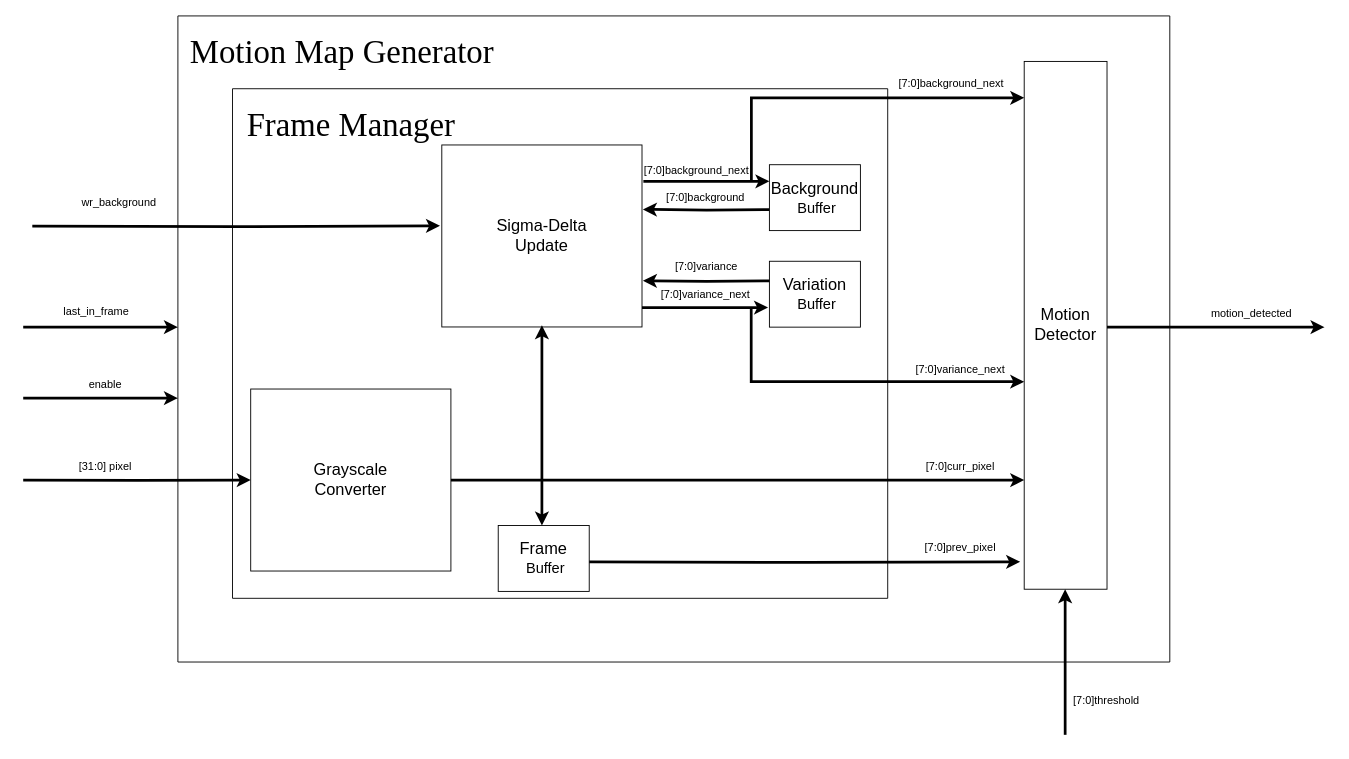
sabarioded/Hardware_for_Digital_Video_Motion_Detector keeps this draw.io diagram as drawings/Motion_Map_Generator.drawio. Above is the earlier version. Source tidied: cells renumbered, new cells numbered last; positions are measured from the earlier drawing's top-left corner, leaving out a move shared by most shapes. Both pictures are drawn from the tidied source at 91%, with x=0, y=0 at pixel (23, 15).
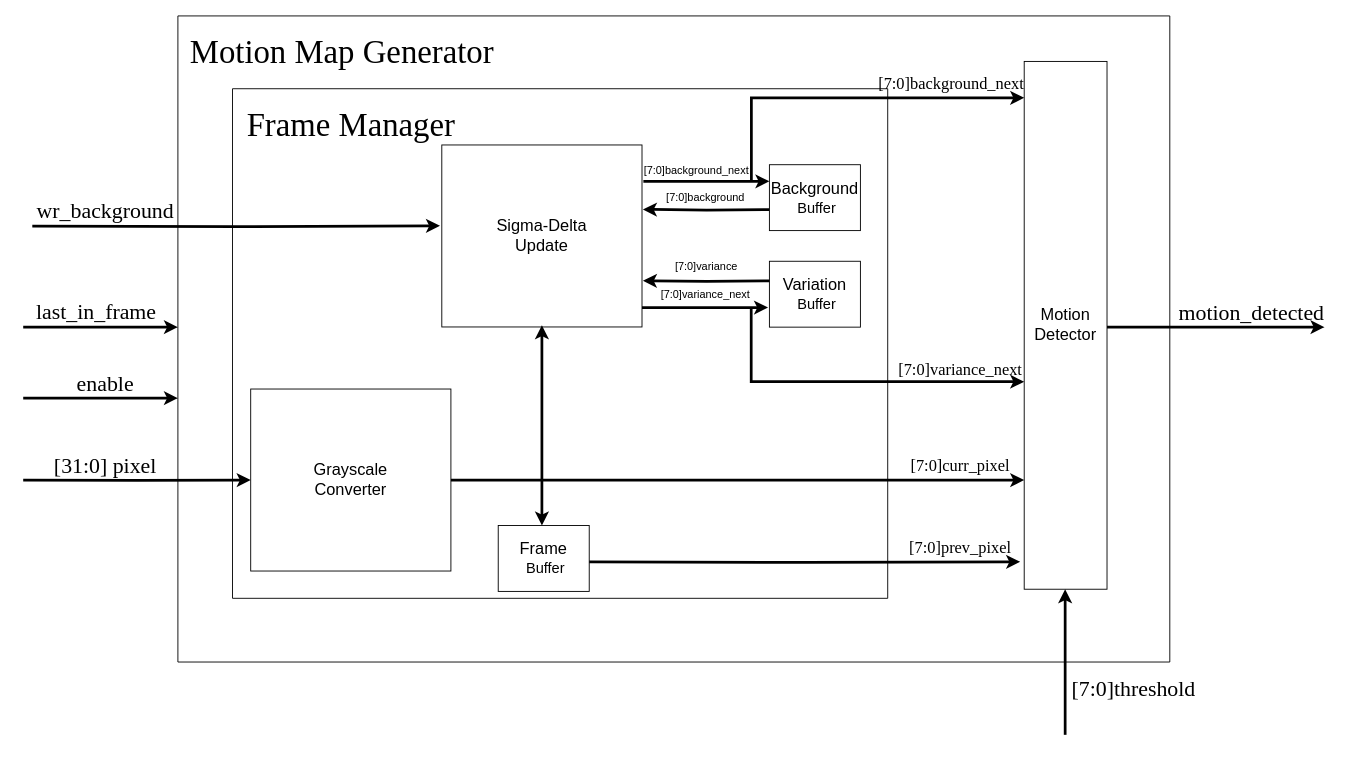
After the change.

Change to the diagram source:
```diff
@@
-    <mxCell id="18" value="[7:0]variance_next" style="text;html=1;align=center;verticalAlign=middle;whiteSpace=wrap;rounded=0;" parent="1" vertex="1">
+    <mxCell id="18" value="&lt;font face=&quot;Times New Roman&quot; style=&quot;font-size: 18px;&quot;&gt;[7:0]variance_next&lt;/font&gt;" style="text;html=1;align=center;verticalAlign=middle;whiteSpace=wrap;rounded=0;" parent="1" vertex="1">
       <mxGeometry x="1000" y="374" width="60" height="30" as="geometry" />
     </mxCell>
-    <mxCell id="19" value="[7:0]background_next" style="text;html=1;align=center;verticalAlign=middle;whiteSpace=wrap;rounded=0;" parent="1" vertex="1">
+    <mxCell id="19" value="&lt;font face=&quot;Times New Roman&quot; style=&quot;font-size: 18px;&quot;&gt;[7:0]background_next&lt;/font&gt;" style="text;html=1;align=center;verticalAlign=middle;whiteSpace=wrap;rounded=0;" parent="1" vertex="1">
       <mxGeometry x="990" y="60" width="60" height="30" as="geometry" />
     </mxCell>
@@
-    <mxCell id="24" value="[7:0]curr_pixel" style="text;html=1;align=center;verticalAlign=middle;whiteSpace=wrap;rounded=0;" parent="1" vertex="1">
+    <mxCell id="24" value="&lt;font face=&quot;Times New Roman&quot; style=&quot;font-size: 18px;&quot;&gt;[7:0]curr_pixel&lt;/font&gt;" style="text;html=1;align=center;verticalAlign=middle;whiteSpace=wrap;rounded=0;" parent="1" vertex="1">
       <mxGeometry x="1000" y="480" width="60" height="30" as="geometry" />
     </mxCell>
@@
-    <mxCell id="28" value="[7:0]prev_pixel" style="text;html=1;align=center;verticalAlign=middle;whiteSpace=wrap;rounded=0;" parent="1" vertex="1">
+    <mxCell id="28" value="&lt;font face=&quot;Times New Roman&quot; style=&quot;font-size: 18px;&quot;&gt;[7:0]prev_pixel&lt;/font&gt;" style="text;html=1;align=center;verticalAlign=middle;whiteSpace=wrap;rounded=0;" parent="1" vertex="1">
       <mxGeometry x="1000" y="570" width="60" height="30" as="geometry" />
     </mxCell>
@@
-    <mxCell id="30" value="motion_detected" style="text;html=1;align=center;verticalAlign=middle;whiteSpace=wrap;rounded=0;" parent="1" vertex="1">
+    <mxCell id="30" value="&lt;font face=&quot;Times New Roman&quot; style=&quot;font-size: 24px;&quot;&gt;motion_detected&lt;/font&gt;" style="text;html=1;align=center;verticalAlign=middle;whiteSpace=wrap;rounded=0;" parent="1" vertex="1">
       <mxGeometry x="1320" y="312" width="60" height="30" as="geometry" />
     </mxCell>
@@
-    <mxCell id="34" value="wr_background" style="text;html=1;align=center;verticalAlign=middle;strokeColor=none;fillColor=none;" parent="1" vertex="1">
-      <mxGeometry x="50" y="190" width="110" height="30" as="geometry" />
+    <mxCell id="34" value="&lt;font face=&quot;Times New Roman&quot; style=&quot;font-size: 24px;&quot;&gt;wr_background&lt;/font&gt;" style="text;html=1;align=center;verticalAlign=middle;strokeColor=none;fillColor=none;" parent="1" vertex="1">
+      <mxGeometry x="5" y="195" width="170" height="40" as="geometry" />
     </mxCell>
@@
-    <mxCell id="37" value="[31:0] pixel" style="text;html=1;align=center;verticalAlign=middle;strokeColor=none;fillColor=none;" parent="1" vertex="1">
-      <mxGeometry x="50" y="480" width="80" height="30" as="geometry" />
+    <mxCell id="37" value="&lt;font face=&quot;Times New Roman&quot; style=&quot;font-size: 24px;&quot;&gt;[31:0] pixel&lt;/font&gt;" style="text;html=1;align=center;verticalAlign=middle;strokeColor=none;fillColor=none;" parent="1" vertex="1">
+      <mxGeometry x="20" y="475" width="140" height="40" as="geometry" />
     </mxCell>
-    <mxCell id="38" value="enable" style="text;html=1;align=center;verticalAlign=middle;strokeColor=none;fillColor=none;" parent="1" vertex="1">
-      <mxGeometry x="60" y="390" width="60" height="30" as="geometry" />
+    <mxCell id="38" value="&lt;font face=&quot;Times New Roman&quot; style=&quot;font-size: 24px;&quot;&gt;enable&lt;/font&gt;" style="text;html=1;align=center;verticalAlign=middle;strokeColor=none;fillColor=none;" parent="1" vertex="1">
+      <mxGeometry x="45" y="385" width="90" height="40" as="geometry" />
     </mxCell>
-    <mxCell id="39" value="last_in_frame" style="text;html=1;align=center;verticalAlign=middle;strokeColor=none;fillColor=none;" parent="1" vertex="1">
-      <mxGeometry x="30" y="310" width="100" height="30" as="geometry" />
+    <mxCell id="39" value="&lt;font face=&quot;Times New Roman&quot; style=&quot;font-size: 24px;&quot;&gt;last_in_frame&lt;/font&gt;" style="text;html=1;align=center;verticalAlign=middle;strokeColor=none;fillColor=none;" parent="1" vertex="1">
+      <mxGeometry y="305" width="160" height="40" as="geometry" />
     </mxCell>
@@
-    <mxCell id="41" value="[7:0]threshold" style="text;html=1;align=center;verticalAlign=middle;strokeColor=none;fillColor=none;" parent="1" vertex="1">
-      <mxGeometry x="1140" y="738" width="100" height="30" as="geometry" />
+    <mxCell id="41" value="&lt;font face=&quot;Times New Roman&quot; style=&quot;font-size: 24px;&quot;&gt;[7:0]threshold&lt;/font&gt;" style="text;html=1;align=center;verticalAlign=middle;strokeColor=none;fillColor=none;" parent="1" vertex="1">
+      <mxGeometry x="1140" y="720" width="160" height="40" as="geometry" />
     </mxCell>
```
